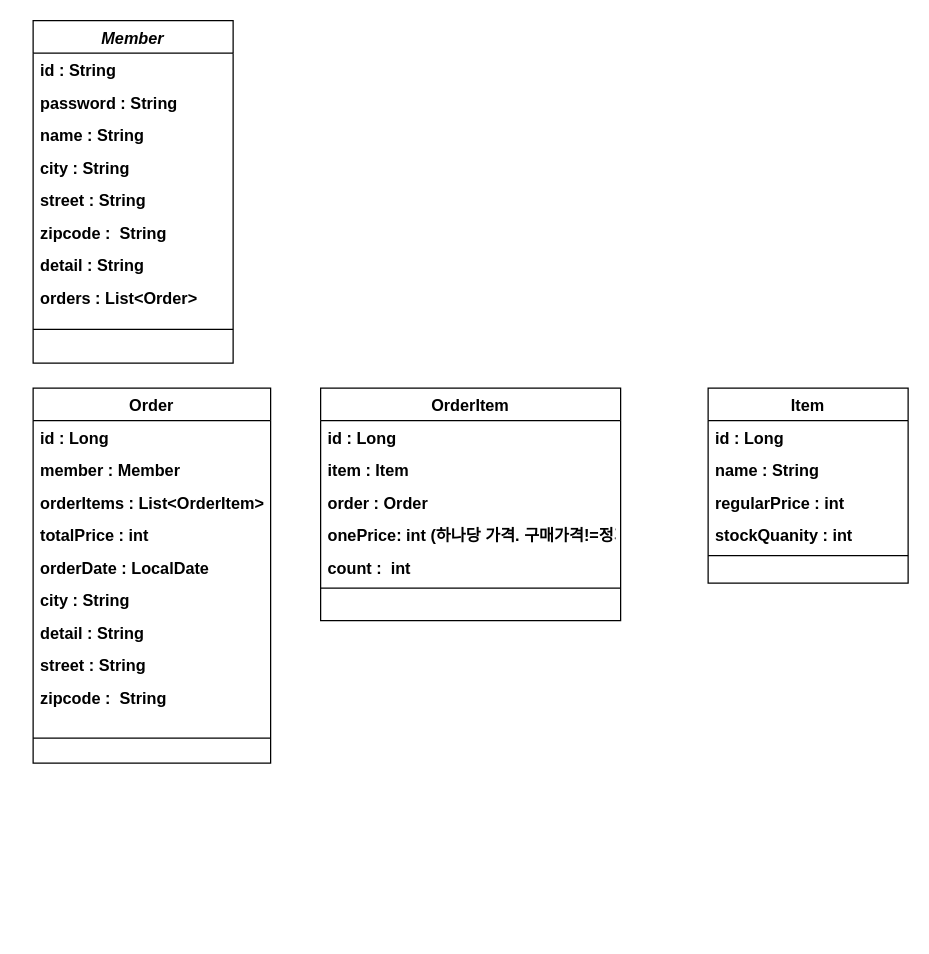
Above: jpa_web/객체UML.drawio in gks930620/my_lecture (draw.io), before the change. Source tidied: cells renumbered, new cells numbered last; positions are measured from the earlier drawing's top-left corner, leaving out a move shared by most shapes. Both pictures are drawn from the tidied source at 125%, with x=0, y=0 at pixel (32, 20).
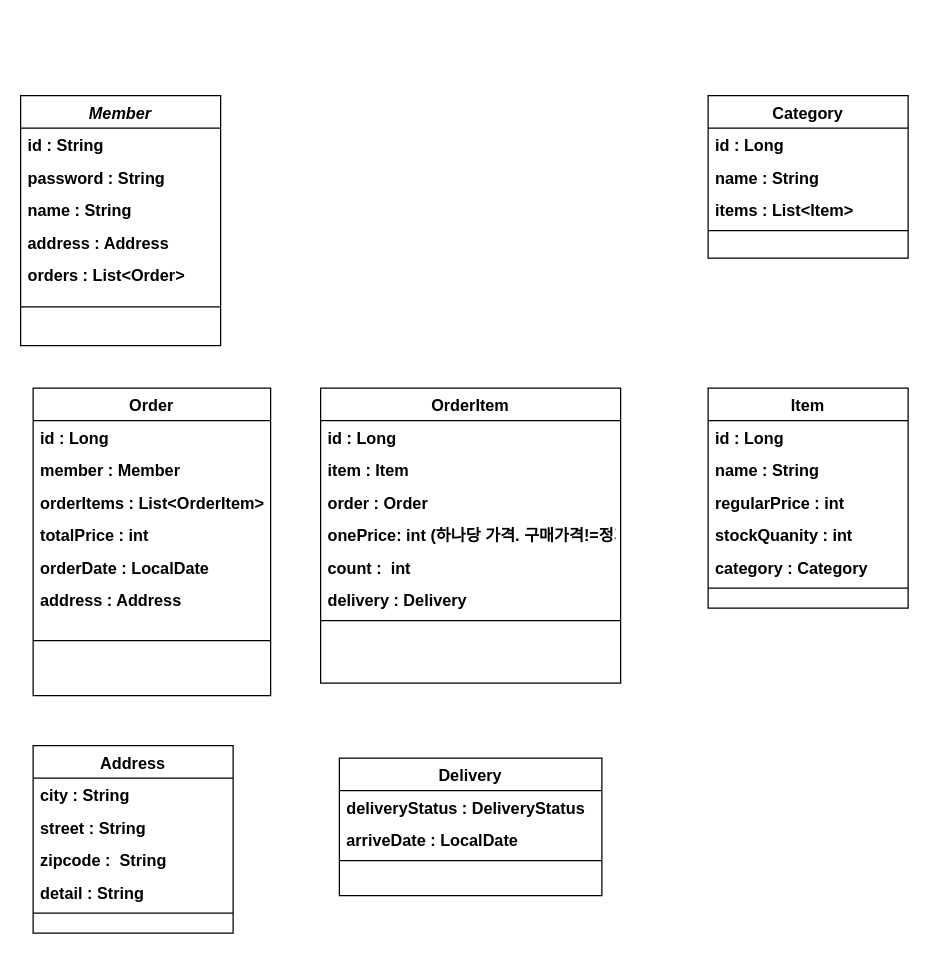
After the change.

The edit, as a diff of the source:
```diff
@@
     <mxCell id="2" value="Member" style="swimlane;fontStyle=3;align=center;verticalAlign=top;horizontal=1;startSize=26;rounded=0;shadow=0;strokeWidth=1;fontSize=13;" parent="1" vertex="1">
-      <mxGeometry width="160" height="274" as="geometry" />
+      <mxGeometry x="-10" y="60" width="160" height="200" as="geometry" />
     </mxCell>
@@
-    <mxCell id="6" value="city : String" style="text;align=left;verticalAlign=top;spacingLeft=4;spacingRight=4;overflow=hidden;fontStyle=1;fontSize=13;" parent="2" vertex="1">
-      <mxGeometry y="104" width="160" height="26" as="geometry" />
-    </mxCell>
-    <mxCell id="7" value="street : String" style="text;align=left;verticalAlign=top;spacingLeft=4;spacingRight=4;overflow=hidden;rounded=0;shadow=0;html=0;fontStyle=1;fontSize=13;" parent="2" vertex="1">
-      <mxGeometry y="130" width="160" height="26" as="geometry" />
-    </mxCell>
-    <mxCell id="8" value="zipcode :  String" style="text;align=left;verticalAlign=top;spacingLeft=4;spacingRight=4;overflow=hidden;rounded=0;shadow=0;html=0;fontStyle=1;fontSize=13;" parent="2" vertex="1">
-      <mxGeometry y="156" width="160" height="26" as="geometry" />
-    </mxCell>
-    <mxCell id="9" value="detail : String" style="text;align=left;verticalAlign=top;spacingLeft=4;spacingRight=4;overflow=hidden;rounded=0;shadow=0;html=0;fontStyle=1;fontSize=13;" parent="2" vertex="1">
-      <mxGeometry y="182" width="160" height="26" as="geometry" />
+    <mxCell id="9" value="address : Address" style="text;align=left;verticalAlign=top;spacingLeft=4;spacingRight=4;overflow=hidden;rounded=0;shadow=0;html=0;fontStyle=1;fontSize=13;" parent="2" vertex="1">
+      <mxGeometry y="104" width="160" height="26" as="geometry" />
     </mxCell>
     <mxCell id="10" value="orders : List&lt;Order&gt;" style="text;align=left;verticalAlign=top;spacingLeft=4;spacingRight=4;overflow=hidden;rounded=0;shadow=0;html=0;fontStyle=1;fontSize=13;" parent="2" vertex="1">
-      <mxGeometry y="208" width="160" height="26" as="geometry" />
+      <mxGeometry y="130" width="160" height="26" as="geometry" />
     </mxCell>
     <mxCell id="11" value="&#10;" style="text;align=left;verticalAlign=top;spacingLeft=4;spacingRight=4;overflow=hidden;rounded=0;shadow=0;html=0;fontStyle=1;fontSize=13;" parent="2" vertex="1">
-      <mxGeometry y="234" width="160" height="6" as="geometry" />
+      <mxGeometry y="156" width="160" height="6" as="geometry" />
     </mxCell>
     <mxCell id="12" style="line;html=1;strokeWidth=1;align=left;verticalAlign=middle;spacingTop=-1;spacingLeft=3;spacingRight=3;labelPosition=right;fontStyle=1;fontSize=13;" parent="2" vertex="1">
-      <mxGeometry y="240" width="160" height="14" as="geometry" />
+      <mxGeometry y="162" width="160" height="14" as="geometry" />
     </mxCell>
     <mxCell id="13" value="Order" style="swimlane;fontStyle=1;align=center;verticalAlign=top;horizontal=1;startSize=26;rounded=0;shadow=0;strokeWidth=1;fontSize=13;" parent="1" vertex="1">
-      <mxGeometry y="294" width="190" height="300" as="geometry" />
+      <mxGeometry y="294" width="190" height="246" as="geometry" />
     </mxCell>
@@
-    <mxCell id="19" value="city : String" style="text;align=left;verticalAlign=top;spacingLeft=4;spacingRight=4;overflow=hidden;fontStyle=1;fontSize=13;" parent="13" vertex="1">
-      <mxGeometry y="156" width="190" height="26" as="geometry" />
-    </mxCell>
-    <mxCell id="20" value="detail : String" style="text;align=left;verticalAlign=top;spacingLeft=4;spacingRight=4;overflow=hidden;rounded=0;shadow=0;html=0;fontStyle=1;fontSize=13;" parent="13" vertex="1">
-      <mxGeometry y="182" width="190" height="26" as="geometry" />
-    </mxCell>
-    <mxCell id="21" value="street : String" style="text;align=left;verticalAlign=top;spacingLeft=4;spacingRight=4;overflow=hidden;rounded=0;shadow=0;html=0;fontStyle=1;fontSize=13;" parent="13" vertex="1">
-      <mxGeometry y="208" width="190" height="26" as="geometry" />
-    </mxCell>
-    <mxCell id="22" value="zipcode :  String" style="text;align=left;verticalAlign=top;spacingLeft=4;spacingRight=4;overflow=hidden;rounded=0;shadow=0;html=0;fontStyle=1;fontSize=13;" parent="13" vertex="1">
-      <mxGeometry y="234" width="190" height="26" as="geometry" />
+    <mxCell id="22" value="address : Address" style="text;align=left;verticalAlign=top;spacingLeft=4;spacingRight=4;overflow=hidden;rounded=0;shadow=0;html=0;fontStyle=1;fontSize=13;" parent="13" vertex="1">
+      <mxGeometry y="156" width="190" height="26" as="geometry" />
     </mxCell>
     <mxCell id="23" style="line;html=1;strokeWidth=1;align=left;verticalAlign=middle;spacingTop=-1;spacingLeft=3;spacingRight=3;labelPosition=right;fontStyle=1;fontSize=13;" parent="13" vertex="1">
-      <mxGeometry y="260" width="190" height="40" as="geometry" />
+      <mxGeometry y="182" width="190" height="40" as="geometry" />
     </mxCell>
     <mxCell id="24" value="OrderItem" style="swimlane;fontStyle=1;align=center;verticalAlign=top;horizontal=1;startSize=26;rounded=0;shadow=0;strokeWidth=1;fontSize=13;" parent="1" vertex="1">
-      <mxGeometry x="230" y="294" width="240" height="186" as="geometry" />
+      <mxGeometry x="230" y="294" width="240" height="236" as="geometry" />
     </mxCell>
@@
+    <mxCell id="37" value="delivery : Delivery" style="text;align=left;verticalAlign=top;spacingLeft=4;spacingRight=4;overflow=hidden;rounded=0;shadow=0;html=0;fontSize=13;fontStyle=1;" parent="24" vertex="1">
+      <mxGeometry y="156" width="240" height="26" as="geometry" />
+    </mxCell>
     <mxCell id="30" style="line;html=1;strokeWidth=1;align=left;verticalAlign=middle;spacingTop=-1;spacingLeft=3;spacingRight=3;labelPosition=right;fontStyle=1;fontSize=13;" parent="24" vertex="1">
-      <mxGeometry y="156" width="240" height="8" as="geometry" />
+      <mxGeometry y="182" width="240" height="8" as="geometry" />
     </mxCell>
     <mxCell id="31" value="Item" style="swimlane;fontStyle=1;align=center;verticalAlign=top;horizontal=1;startSize=26;rounded=0;shadow=0;strokeWidth=1;fontSize=13;" parent="1" vertex="1">
-      <mxGeometry x="540" y="294" width="160" height="156" as="geometry" />
+      <mxGeometry x="540" y="294" width="160" height="176" as="geometry" />
     </mxCell>
@@
+    <mxCell id="38" value="category : Category" style="text;align=left;verticalAlign=top;spacingLeft=4;spacingRight=4;overflow=hidden;rounded=0;shadow=0;html=0;fontStyle=1;fontSize=13;" parent="31" vertex="1">
+      <mxGeometry y="130" width="160" height="26" as="geometry" />
+    </mxCell>
     <mxCell id="36" style="line;html=1;strokeWidth=1;align=left;verticalAlign=middle;spacingTop=-1;spacingLeft=3;spacingRight=3;labelPosition=right;fontStyle=1;fontSize=13;" parent="31" vertex="1">
-      <mxGeometry y="130" width="160" height="8" as="geometry" />
+      <mxGeometry y="156" width="160" height="8" as="geometry" />
     </mxCell>
+    <mxCell id="39" value="Address" style="swimlane;fontStyle=1;align=center;verticalAlign=top;horizontal=1;startSize=26;rounded=0;shadow=0;strokeWidth=1;fontSize=13;" parent="1" vertex="1">
+      <mxGeometry y="580" width="160" height="150" as="geometry" />
+    </mxCell>
+    <mxCell id="40" value="city : String" style="text;align=left;verticalAlign=top;spacingLeft=4;spacingRight=4;overflow=hidden;fontStyle=1;fontSize=13;" parent="39" vertex="1">
+      <mxGeometry y="26" width="160" height="26" as="geometry" />
+    </mxCell>
+    <mxCell id="41" value="street : String" style="text;align=left;verticalAlign=top;spacingLeft=4;spacingRight=4;overflow=hidden;rounded=0;shadow=0;html=0;fontStyle=1;fontSize=13;" parent="39" vertex="1">
+      <mxGeometry y="52" width="160" height="26" as="geometry" />
+    </mxCell>
+    <mxCell id="8" value="zipcode :  String" style="text;align=left;verticalAlign=top;spacingLeft=4;spacingRight=4;overflow=hidden;rounded=0;shadow=0;html=0;fontStyle=1;fontSize=13;" parent="39" vertex="1">
+      <mxGeometry y="78" width="160" height="26" as="geometry" />
+    </mxCell>
+    <mxCell id="20" value="detail : String" style="text;align=left;verticalAlign=top;spacingLeft=4;spacingRight=4;overflow=hidden;rounded=0;shadow=0;html=0;fontStyle=1;fontSize=13;" parent="39" vertex="1">
+      <mxGeometry y="104" width="160" height="26" as="geometry" />
+    </mxCell>
+    <mxCell id="42" style="line;html=1;strokeWidth=1;align=left;verticalAlign=middle;spacingTop=-1;spacingLeft=3;spacingRight=3;labelPosition=right;fontStyle=1;fontSize=13;" parent="39" vertex="1">
+      <mxGeometry y="130" width="160" height="8" as="geometry" />
+    </mxCell>
+    <mxCell id="43" value="Delivery" style="swimlane;fontStyle=1;align=center;verticalAlign=top;horizontal=1;startSize=26;rounded=0;shadow=0;strokeWidth=1;fontSize=13;" parent="1" vertex="1">
+      <mxGeometry x="245" y="590" width="210" height="110" as="geometry" />
+    </mxCell>
+    <mxCell id="44" value="deliveryStatus : DeliveryStatus" style="text;align=left;verticalAlign=top;spacingLeft=4;spacingRight=4;overflow=hidden;rounded=0;shadow=0;html=0;fontStyle=1;fontSize=13;" parent="43" vertex="1">
+      <mxGeometry y="26" width="210" height="26" as="geometry" />
+    </mxCell>
+    <mxCell id="45" value="arriveDate : LocalDate" style="text;align=left;verticalAlign=top;spacingLeft=4;spacingRight=4;overflow=hidden;rounded=0;shadow=0;html=0;fontStyle=1;fontSize=13;" parent="43" vertex="1">
+      <mxGeometry y="52" width="210" height="26" as="geometry" />
+    </mxCell>
+    <mxCell id="46" style="line;html=1;strokeWidth=1;align=left;verticalAlign=middle;spacingTop=-1;spacingLeft=3;spacingRight=3;labelPosition=right;fontStyle=1;fontSize=13;" parent="43" vertex="1">
+      <mxGeometry y="78" width="210" height="8" as="geometry" />
+    </mxCell>
+    <mxCell id="47" value="Category" style="swimlane;fontStyle=1;align=center;verticalAlign=top;horizontal=1;startSize=26;rounded=0;shadow=0;strokeWidth=1;fontSize=13;" parent="1" vertex="1">
+      <mxGeometry x="540" y="60" width="160" height="130" as="geometry" />
+    </mxCell>
+    <mxCell id="48" value="id : Long" style="text;align=left;verticalAlign=top;spacingLeft=4;spacingRight=4;overflow=hidden;fontStyle=1;fontSize=13;" parent="47" vertex="1">
+      <mxGeometry y="26" width="160" height="26" as="geometry" />
+    </mxCell>
+    <mxCell id="49" value="name : String" style="text;align=left;verticalAlign=top;spacingLeft=4;spacingRight=4;overflow=hidden;rounded=0;shadow=0;html=0;fontStyle=1;fontSize=13;" parent="47" vertex="1">
+      <mxGeometry y="52" width="160" height="26" as="geometry" />
+    </mxCell>
+    <mxCell id="50" value="items : List&lt;Item&gt;" style="text;align=left;verticalAlign=top;spacingLeft=4;spacingRight=4;overflow=hidden;rounded=0;shadow=0;html=0;fontStyle=1;fontSize=13;" parent="47" vertex="1">
+      <mxGeometry y="78" width="160" height="26" as="geometry" />
+    </mxCell>
+    <mxCell id="51" style="line;html=1;strokeWidth=1;align=left;verticalAlign=middle;spacingTop=-1;spacingLeft=3;spacingRight=3;labelPosition=right;fontStyle=1;fontSize=13;" parent="47" vertex="1">
+      <mxGeometry y="104" width="160" height="8" as="geometry" />
+    </mxCell>
```
